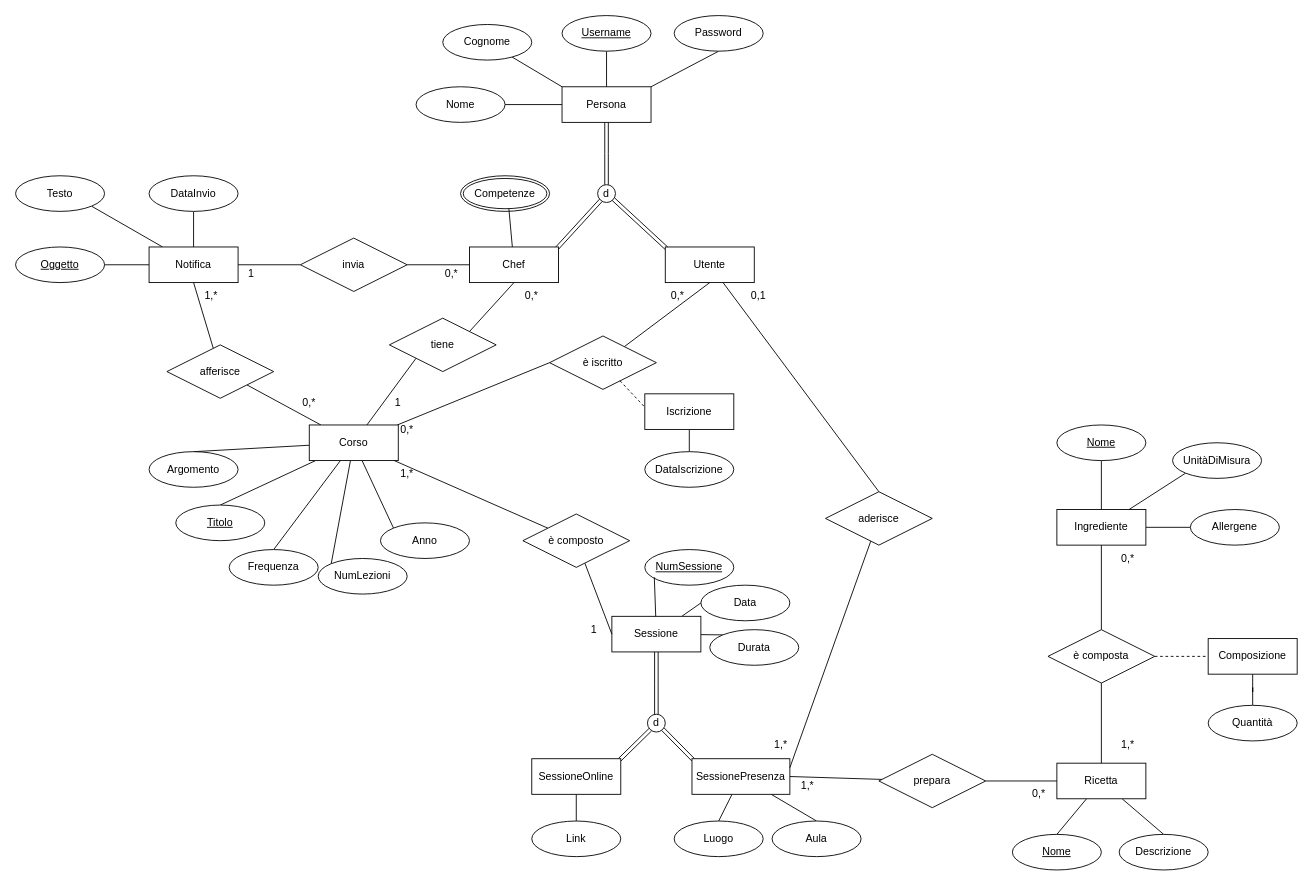
The draw.io diagram Progetto Basi di Dati/Diagramma ER/ER.drawio in xFireFox27/UninaFoodLab, before the edit. Source tidied: cells renumbered, new cells numbered last; positions are measured from the earlier drawing's top-left corner, leaving out a move shared by most shapes. Both pictures are drawn from the tidied source at 89%, with x=0, y=0 at pixel (15, 15).
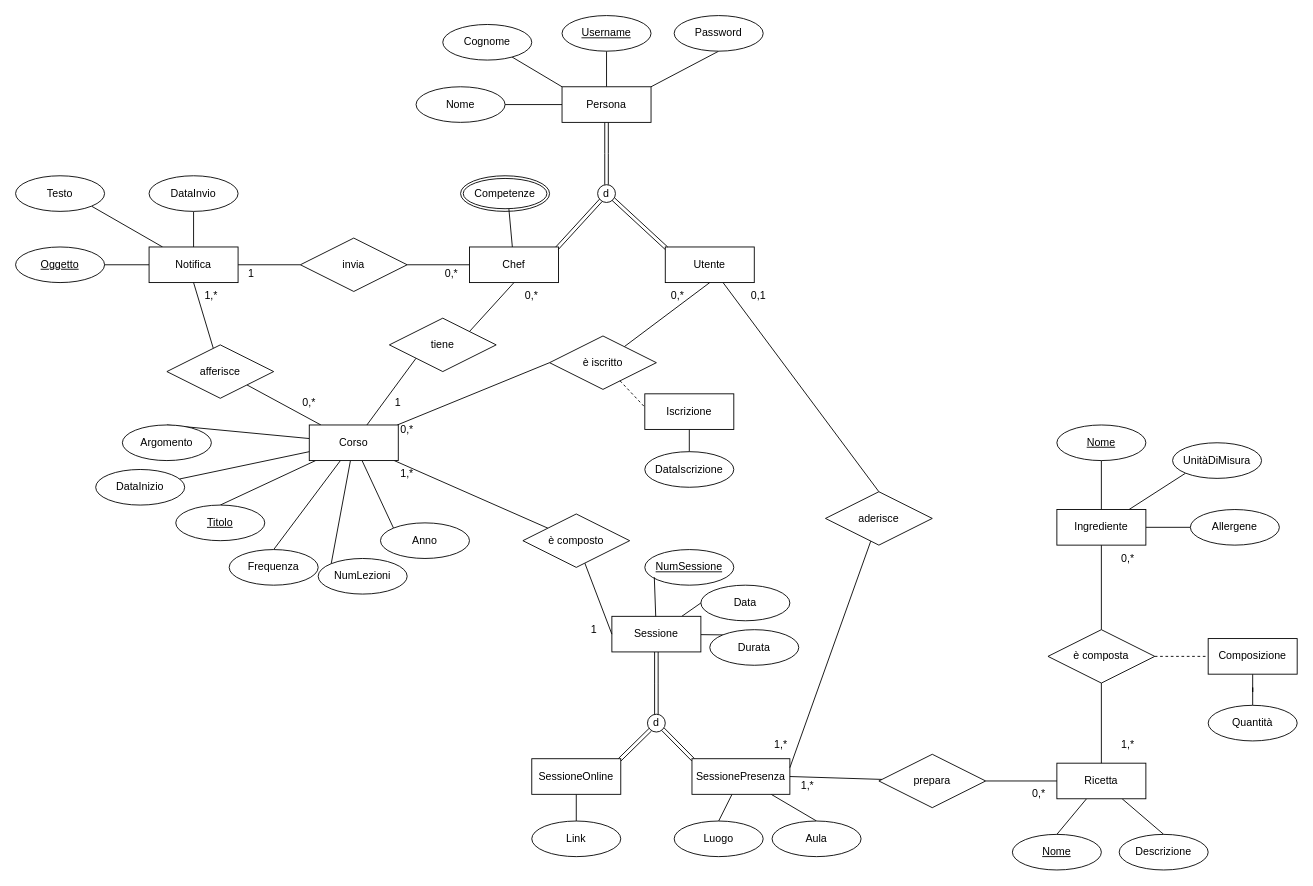
The same diagram, later.

Unchanged cells that the change refers to:
```xml
<mxCell id="42" value="Corso" style="whiteSpace=wrap;html=1;align=center;" parent="1" vertex="1">
  <mxGeometry x="330" y="460" width="100" height="40" as="geometry" />
</mxCell>
```

What changed in the source:
```diff
@@
     <mxCell id="49" value="Argomento" style="ellipse;whiteSpace=wrap;html=1;align=center;" parent="1" vertex="1">
-      <mxGeometry x="150" y="490" width="100" height="40" as="geometry" />
+      <mxGeometry x="120" y="460" width="100" height="40" as="geometry" />
     </mxCell>
@@
+    <mxCell id="118" style="rounded=0;jettySize=auto;html=1;entryX=0;entryY=0.75;entryDx=0;entryDy=0;endArrow=none;startFill=0;" parent="1" edge="1" source="119" target="42">
+      <mxGeometry relative="1" as="geometry" />
+    </mxCell>
+    <mxCell id="119" value="DataInizio" style="ellipse;whiteSpace=wrap;html=1;align=center;" parent="1" vertex="1">
+      <mxGeometry x="90" y="510" width="100" height="40" as="geometry" />
+    </mxCell>
```
